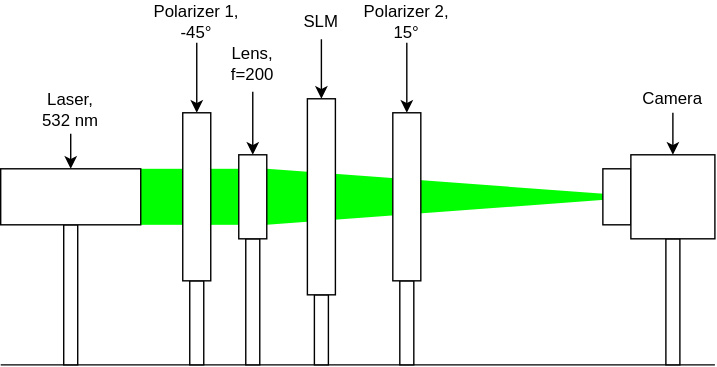
nbaehler/mask-designer keeps this draw.io diagram as documentation/images/setup_2.svg. Above is the earlier version. Source tidied: cells renumbered, new cells last; positions are measured from the earlier drawing's top-left corner, leaving out a move shared by most shapes. Source of this version:
```xml
<mxGraphModel>
  <root>
    <mxCell id="0" />
    <mxCell id="1" parent="0" />
    <mxCell id="2" style="triangle;whiteSpace=wrap;html=1;fillColor=#00FF00;strokeColor=none;" parent="1" vertex="1">
      <mxGeometry x="190" y="120" width="270" height="40" as="geometry" />
    </mxCell>
    <mxCell id="3" style="endArrow=none;html=1;rounded=0;" parent="1" edge="1">
      <mxGeometry relative="1" as="geometry">
        <mxPoint y="260" as="sourcePoint" />
        <mxPoint x="510" y="260" as="targetPoint" />
      </mxGeometry>
    </mxCell>
    <mxCell id="4" style="rounded=0;whiteSpace=wrap;html=1;strokeColor=none;fillColor=#00FF00;" parent="1" vertex="1">
      <mxGeometry x="100" y="120" width="30" height="40" as="geometry" />
    </mxCell>
    <mxCell id="5" style="rounded=0;whiteSpace=wrap;html=1;strokeColor=none;fillColor=#00FF00;" parent="1" vertex="1">
      <mxGeometry x="150" y="120" width="20" height="40" as="geometry" />
    </mxCell>
    <mxCell id="6" style="rounded=0;whiteSpace=wrap;html=1;fillColor=default;" parent="1" vertex="1">
      <mxGeometry x="45" y="160" width="10" height="100" as="geometry" />
    </mxCell>
    <mxCell id="7" style="rounded=0;whiteSpace=wrap;html=1;fillColor=default;" parent="1" vertex="1">
      <mxGeometry x="135" y="200" width="10" height="60" as="geometry" />
    </mxCell>
    <mxCell id="8" style="rounded=0;whiteSpace=wrap;html=1;fillColor=default;" parent="1" vertex="1">
      <mxGeometry x="285" y="200" width="10" height="60" as="geometry" />
    </mxCell>
    <mxCell id="9" style="rounded=0;whiteSpace=wrap;html=1;fillColor=default;" parent="1" vertex="1">
      <mxGeometry x="224" y="210" width="10" height="50" as="geometry" />
    </mxCell>
    <mxCell id="10" style="rounded=0;whiteSpace=wrap;html=1;fillColor=default;" parent="1" vertex="1">
      <mxGeometry x="475" y="170" width="10" height="90" as="geometry" />
    </mxCell>
    <mxCell id="11" style="rounded=0;whiteSpace=wrap;html=1;fillColor=default;" parent="1" vertex="1">
      <mxGeometry x="175" y="170" width="10" height="90" as="geometry" />
    </mxCell>
    <mxCell id="12" style="edgeStyle=none;html=1;" parent="1" edge="1" source="13" target="22">
      <mxGeometry relative="1" as="geometry" />
    </mxCell>
    <mxCell id="13" value="Polarizer 1,&lt;br&gt;-45°" style="text;html=1;strokeColor=none;fillColor=none;align=center;verticalAlign=middle;whiteSpace=wrap;rounded=0;" parent="1" vertex="1">
      <mxGeometry x="108" width="64" height="30" as="geometry" />
    </mxCell>
    <mxCell id="14" style="edgeStyle=orthogonalEdgeStyle;rounded=0;jettySize=auto;html=1;exitX=0.5;exitY=1;exitDx=0;exitDy=0;entryX=0.5;entryY=0;entryDx=0;entryDy=0;" parent="1" edge="1" source="15" target="28">
      <mxGeometry relative="1" as="geometry" />
    </mxCell>
    <mxCell id="15" value="&lt;div&gt;Laser,&lt;/div&gt;&lt;div&gt;532 nm&lt;/div&gt;" style="text;html=1;strokeColor=none;fillColor=none;align=center;verticalAlign=middle;whiteSpace=wrap;rounded=0;" parent="1" vertex="1">
      <mxGeometry x="20" y="60" width="60" height="35" as="geometry" />
    </mxCell>
    <mxCell id="16" style="edgeStyle=none;html=1;exitX=0.5;exitY=1;exitDx=0;exitDy=0;entryX=0.5;entryY=0;entryDx=0;entryDy=0;" parent="1" edge="1" source="17" target="24">
      <mxGeometry relative="1" as="geometry" />
    </mxCell>
    <mxCell id="17" value="SLM" style="text;html=1;strokeColor=none;fillColor=none;align=center;verticalAlign=middle;whiteSpace=wrap;rounded=0;" parent="1" vertex="1">
      <mxGeometry x="199" y="2.5" width="60" height="25" as="geometry" />
    </mxCell>
    <mxCell id="18" style="edgeStyle=orthogonalEdgeStyle;rounded=0;jettySize=auto;html=1;exitX=0.5;exitY=1;exitDx=0;exitDy=0;" parent="1" edge="1" source="19" target="25">
      <mxGeometry relative="1" as="geometry" />
    </mxCell>
    <mxCell id="19" value="&lt;div&gt;Lens,&lt;/div&gt;&lt;div&gt;f=200&lt;br&gt;&lt;/div&gt;" style="text;html=1;strokeColor=none;fillColor=none;align=center;verticalAlign=middle;whiteSpace=wrap;rounded=0;" parent="1" vertex="1">
      <mxGeometry x="150" y="25" width="60" height="40" as="geometry" />
    </mxCell>
    <mxCell id="20" style="edgeStyle=none;html=1;" parent="1" edge="1" source="21" target="23">
      <mxGeometry relative="1" as="geometry" />
    </mxCell>
    <mxCell id="21" value="Polarizer 2,&lt;br&gt;15°" style="text;html=1;strokeColor=none;fillColor=none;align=center;verticalAlign=middle;whiteSpace=wrap;rounded=0;" parent="1" vertex="1">
      <mxGeometry x="258" width="64" height="30" as="geometry" />
    </mxCell>
    <mxCell id="22" style="rounded=0;whiteSpace=wrap;html=1;fillColor=default;" parent="1" vertex="1">
      <mxGeometry x="130" y="80" width="20" height="120" as="geometry" />
    </mxCell>
    <mxCell id="23" style="rounded=0;whiteSpace=wrap;html=1;fillColor=default;" parent="1" vertex="1">
      <mxGeometry x="280" y="80" width="20" height="120" as="geometry" />
    </mxCell>
    <mxCell id="24" style="rounded=0;whiteSpace=wrap;html=1;fillColor=default;" parent="1" vertex="1">
      <mxGeometry x="219" y="70" width="20" height="140" as="geometry" />
    </mxCell>
    <mxCell id="25" style="rounded=0;whiteSpace=wrap;html=1;fillColor=default;" parent="1" vertex="1">
      <mxGeometry x="170" y="110" width="20" height="60" as="geometry" />
    </mxCell>
    <mxCell id="26" style="rounded=0;whiteSpace=wrap;html=1;fillColor=default;" parent="1" vertex="1">
      <mxGeometry x="430" y="120" width="20" height="40" as="geometry" />
    </mxCell>
    <mxCell id="27" style="rounded=0;whiteSpace=wrap;html=1;fillColor=default;" parent="1" vertex="1">
      <mxGeometry x="450" y="110" width="60" height="60" as="geometry" />
    </mxCell>
    <mxCell id="28" style="rounded=0;whiteSpace=wrap;html=1;fillColor=default;" parent="1" vertex="1">
      <mxGeometry y="120" width="100" height="40" as="geometry" />
    </mxCell>
    <mxCell id="29" style="edgeStyle=orthogonalEdgeStyle;rounded=0;jettySize=auto;html=1;" parent="1" edge="1" source="30" target="27">
      <mxGeometry relative="1" as="geometry" />
    </mxCell>
    <mxCell id="30" value="Camera" style="text;html=1;strokeColor=none;fillColor=none;align=center;verticalAlign=middle;whiteSpace=wrap;rounded=0;" parent="1" vertex="1">
      <mxGeometry x="450" y="60" width="60" height="20" as="geometry" />
    </mxCell>
  </root>
</mxGraphModel>
```
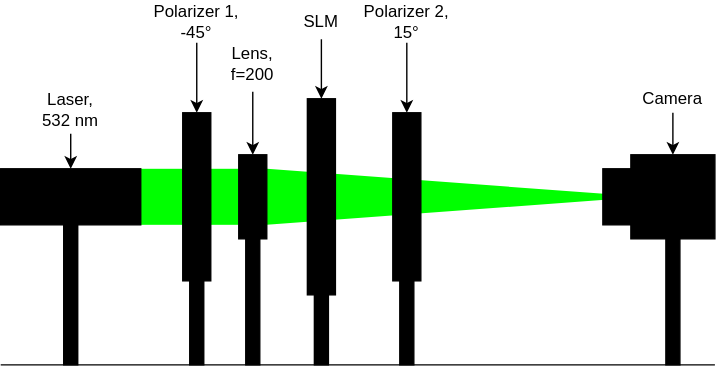
After the change.

The edit, as a diff of the source:
```diff
@@ -17,22 +17,22 @@
     <mxCell id="5" style="rounded=0;whiteSpace=wrap;html=1;strokeColor=none;fillColor=#00FF00;" parent="1" vertex="1">
       <mxGeometry x="150" y="120" width="20" height="40" as="geometry" />
     </mxCell>
-    <mxCell id="6" style="rounded=0;whiteSpace=wrap;html=1;fillColor=default;" parent="1" vertex="1">
+    <mxCell id="6" style="rounded=0;whiteSpace=wrap;html=1;fillColor=#000000;" parent="1" vertex="1">
       <mxGeometry x="45" y="160" width="10" height="100" as="geometry" />
     </mxCell>
-    <mxCell id="7" style="rounded=0;whiteSpace=wrap;html=1;fillColor=default;" parent="1" vertex="1">
+    <mxCell id="7" style="rounded=0;whiteSpace=wrap;html=1;fillColor=#000000;" parent="1" vertex="1">
       <mxGeometry x="135" y="200" width="10" height="60" as="geometry" />
     </mxCell>
-    <mxCell id="8" style="rounded=0;whiteSpace=wrap;html=1;fillColor=default;" parent="1" vertex="1">
+    <mxCell id="8" style="rounded=0;whiteSpace=wrap;html=1;fillColor=#000000;" parent="1" vertex="1">
       <mxGeometry x="285" y="200" width="10" height="60" as="geometry" />
     </mxCell>
-    <mxCell id="9" style="rounded=0;whiteSpace=wrap;html=1;fillColor=default;" parent="1" vertex="1">
+    <mxCell id="9" style="rounded=0;whiteSpace=wrap;html=1;fillColor=#000000;" parent="1" vertex="1">
       <mxGeometry x="224" y="210" width="10" height="50" as="geometry" />
     </mxCell>
-    <mxCell id="10" style="rounded=0;whiteSpace=wrap;html=1;fillColor=default;" parent="1" vertex="1">
+    <mxCell id="10" style="rounded=0;whiteSpace=wrap;html=1;fillColor=#000000;" parent="1" vertex="1">
       <mxGeometry x="475" y="170" width="10" height="90" as="geometry" />
     </mxCell>
-    <mxCell id="11" style="rounded=0;whiteSpace=wrap;html=1;fillColor=default;" parent="1" vertex="1">
+    <mxCell id="11" style="rounded=0;whiteSpace=wrap;html=1;fillColor=#000000;" parent="1" vertex="1">
       <mxGeometry x="175" y="170" width="10" height="90" as="geometry" />
     </mxCell>
     <mxCell id="12" style="edgeStyle=none;html=1;" parent="1" edge="1" source="13" target="22">
@@ -65,25 +65,25 @@
     <mxCell id="21" value="Polarizer 2,&lt;br&gt;15°" style="text;html=1;strokeColor=none;fillColor=none;align=center;verticalAlign=middle;whiteSpace=wrap;rounded=0;" parent="1" vertex="1">
       <mxGeometry x="258" width="64" height="30" as="geometry" />
     </mxCell>
-    <mxCell id="22" style="rounded=0;whiteSpace=wrap;html=1;fillColor=default;" parent="1" vertex="1">
+    <mxCell id="22" style="rounded=0;whiteSpace=wrap;html=1;fillColor=#000000;" parent="1" vertex="1">
       <mxGeometry x="130" y="80" width="20" height="120" as="geometry" />
     </mxCell>
-    <mxCell id="23" style="rounded=0;whiteSpace=wrap;html=1;fillColor=default;" parent="1" vertex="1">
+    <mxCell id="23" style="rounded=0;whiteSpace=wrap;html=1;fillColor=#000000;" parent="1" vertex="1">
       <mxGeometry x="280" y="80" width="20" height="120" as="geometry" />
     </mxCell>
-    <mxCell id="24" style="rounded=0;whiteSpace=wrap;html=1;fillColor=default;" parent="1" vertex="1">
+    <mxCell id="24" style="rounded=0;whiteSpace=wrap;html=1;fillColor=#000000;" parent="1" vertex="1">
       <mxGeometry x="219" y="70" width="20" height="140" as="geometry" />
     </mxCell>
-    <mxCell id="25" style="rounded=0;whiteSpace=wrap;html=1;fillColor=default;" parent="1" vertex="1">
+    <mxCell id="25" style="rounded=0;whiteSpace=wrap;html=1;fillColor=#000000;" parent="1" vertex="1">
       <mxGeometry x="170" y="110" width="20" height="60" as="geometry" />
     </mxCell>
-    <mxCell id="26" style="rounded=0;whiteSpace=wrap;html=1;fillColor=default;" parent="1" vertex="1">
+    <mxCell id="26" style="rounded=0;whiteSpace=wrap;html=1;fillColor=#000000;" parent="1" vertex="1">
       <mxGeometry x="430" y="120" width="20" height="40" as="geometry" />
     </mxCell>
-    <mxCell id="27" style="rounded=0;whiteSpace=wrap;html=1;fillColor=default;" parent="1" vertex="1">
+    <mxCell id="27" style="rounded=0;whiteSpace=wrap;html=1;fillColor=#000000;" parent="1" vertex="1">
       <mxGeometry x="450" y="110" width="60" height="60" as="geometry" />
     </mxCell>
-    <mxCell id="28" style="rounded=0;whiteSpace=wrap;html=1;fillColor=default;" parent="1" vertex="1">
+    <mxCell id="28" style="rounded=0;whiteSpace=wrap;html=1;fillColor=#000000;" parent="1" vertex="1">
       <mxGeometry y="120" width="100" height="40" as="geometry" />
     </mxCell>
     <mxCell id="29" style="edgeStyle=orthogonalEdgeStyle;rounded=0;jettySize=auto;html=1;" parent="1" edge="1" source="30" target="27">
```
